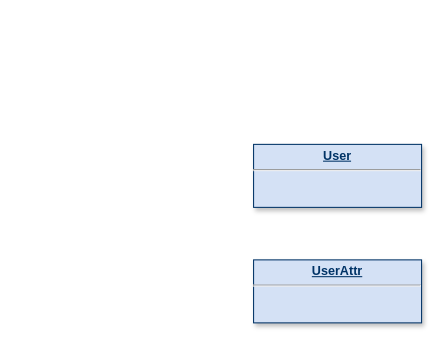
This is page "User-Profile" (2 of 7) of Team-Pragmatics-Otus.drawio from AATerekhov/Team-Pragmatics-Otus, a draw.io file, before an edit. Source tidied: cells renumbered, new cells numbered last; positions are measured from the earlier drawing's top-left corner, leaving out a move shared by most shapes. Both pictures are drawn from the tidied source at 105%, with x=0, y=0 at pixel (253, 144).
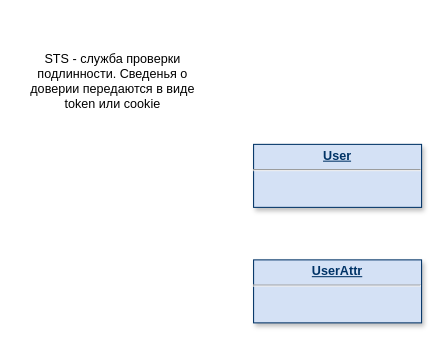
The same page after the edit.

Diff of the diagram source:
```diff
@@
 <mxGraphModel>
   <root>
     <mxCell id="0" />
     <mxCell id="1" parent="0" />
     <mxCell id="2" value="&lt;p style=&quot;margin: 0px; margin-top: 4px; text-align: center; text-decoration: underline;&quot;&gt;&lt;b&gt;User&lt;/b&gt;&lt;/p&gt;&lt;hr&gt;&lt;p style=&quot;margin: 0px; margin-left: 8px;&quot;&gt;&lt;br&gt;&lt;/p&gt;" style="verticalAlign=top;align=left;overflow=fill;fontSize=12;fontFamily=Helvetica;html=1;strokeColor=#003366;shadow=1;fillColor=#D4E1F5;fontColor=#003366;" parent="1" vertex="1">
       <mxGeometry width="160" height="60" as="geometry" />
     </mxCell>
     <mxCell id="3" value="&lt;p style=&quot;margin: 0px; margin-top: 4px; text-align: center; text-decoration: underline;&quot;&gt;&lt;b&gt;UserAttr&lt;/b&gt;&lt;/p&gt;&lt;hr&gt;&lt;p style=&quot;margin: 0px; margin-left: 8px;&quot;&gt;&lt;br&gt;&lt;/p&gt;" style="verticalAlign=top;align=left;overflow=fill;fontSize=12;fontFamily=Helvetica;html=1;strokeColor=#003366;shadow=1;fillColor=#D4E1F5;fontColor=#003366;" parent="1" vertex="1">
       <mxGeometry y="110" width="160" height="60" as="geometry" />
     </mxCell>
+    <mxCell id="4" value="STS - служба проверки подлинности. Сведенья о доверии передаются в виде token или cookie" style="text;html=1;align=center;verticalAlign=middle;whiteSpace=wrap;rounded=0;" parent="1" vertex="1">
+      <mxGeometry x="-224" y="-120" width="180" height="120" as="geometry" />
+    </mxCell>
   </root>
 </mxGraphModel>
```
